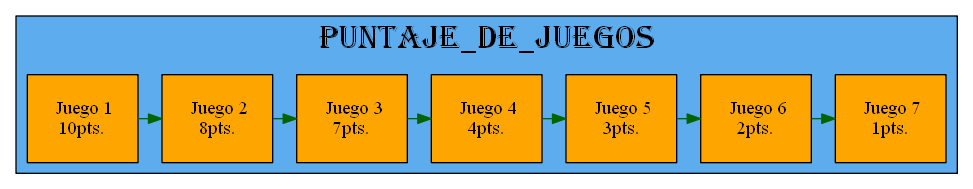
The Graphviz diagram Graficas/Score_Board_Usuario.dot.png in mariotun/EDD_1S2020_PY1_201602942, before a commit. Its source is kept beside it as Graficas/Score_Board_Usuario.dot. The source it was exported from:
```dot
digraph Lista_Simple{

subgraph cluster_1{

fontname=algerian;
fontsize=25;
style=filled;
fillcolor=steelblue2;
label="Puntaje_de_Juegos";

 labelloc=t;
node[margin=0.25 style=filled fillcolor=orange shape=box];
{rank=same;
25770344480[label=" Juego 1\n10pts."];
25770344416[label=" Juego 2\n8pts."];
25770344384[label=" Juego 3\n7pts."];
25770344320[label=" Juego 4\n4pts."];
25770344288[label=" Juego 5\n3pts."];
25770344448[label=" Juego 6\n2pts."];
25770344352[label=" Juego 7\n1pts."];
};

25770344480->25770344416->25770344384->25770344320->25770344288->25770344448->25770344352
[dir=front color=darkgreen];

 }

}
```
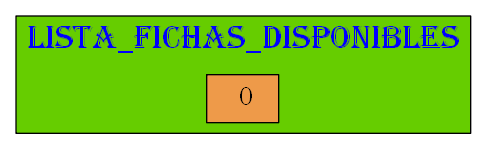
Above is the later version.

Diff of the diagram source:
```diff
@@ -1,27 +1,22 @@
-digraph Lista_Simple{
+digraph Lista_Doble{
 
-subgraph cluster_1{
+graph[ranksep= "0.5",nodesep= "0.5"];
+node[fontcolor=black shape=box style=filled fillcolor=tan2 fontsize=20];
 
-fontname=algerian;
+subgraph cluster_1 {
+
+fontname=algerian
 fontsize=25;
-style=filled;
-fillcolor=steelblue2;
-label="Puntaje_de_Juegos";
-
- labelloc=t;
-node[margin=0.25 style=filled fillcolor=orange shape=box];
-{rank=same;
-25770344480[label=" Juego 1\n10pts."];
-25770344416[label=" Juego 2\n8pts."];
-25770344384[label=" Juego 3\n7pts."];
-25770344320[label=" Juego 4\n4pts."];
-25770344288[label=" Juego 5\n3pts."];
-25770344448[label=" Juego 6\n2pts."];
-25770344352[label=" Juego 7\n1pts."];
+label="Lista_Fichas_Disponibles";
+fontcolor=blue
+style=filled
+fillcolor=chartreuse3
+labelloc=t;{rank=same;
+25770516288[label=" 0"];
 };
 
-25770344480->25770344416->25770344384->25770344320->25770344288->25770344448->25770344352
-[dir=front color=darkgreen];
+25770516288
+[dir=front color=black];
 
  }
 
```
